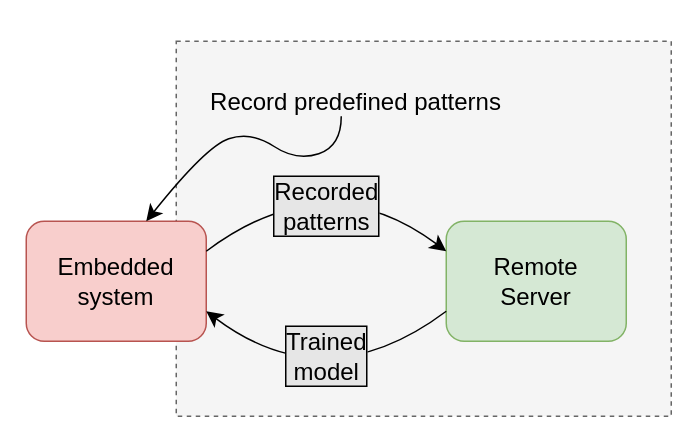
Above: IoS2023/ios_flowchart.drawio in ns2max/drawio_figures (draw.io), before the change. Source tidied: cells renumbered, new cells numbered last; positions are measured from the earlier drawing's top-left corner, leaving out a move shared by most shapes. Both pictures are drawn from the tidied source at 150%, with x=0, y=0 at pixel (26, 40).
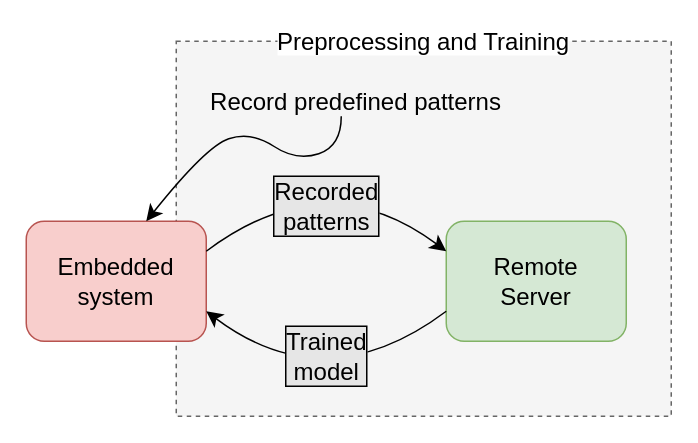
After the change.

Change to the diagram source:
```diff
@@
 <mxGraphModel>
   <root>
     <mxCell id="0" />
     <mxCell id="1" parent="0" />
     <mxCell id="2" style="rounded=0;whiteSpace=wrap;html=1;fontSize=16;dashed=1;fillColor=#f5f5f5;fontColor=#333333;strokeColor=#666666;" parent="1" vertex="1">
       <mxGeometry x="100" width="330" height="250" as="geometry" />
     </mxCell>
     <mxCell id="3" value="Embedded system" style="rounded=1;whiteSpace=wrap;html=1;fontSize=16;fillColor=#f8cecc;strokeColor=#b85450;" parent="1" vertex="1">
       <mxGeometry y="120" width="120" height="80" as="geometry" />
     </mxCell>
     <mxCell id="4" value="Remote &lt;br&gt;Server" style="rounded=1;whiteSpace=wrap;html=1;fontSize=16;fillColor=#d5e8d4;strokeColor=#82b366;" parent="1" vertex="1">
       <mxGeometry x="280" y="120" width="120" height="80" as="geometry" />
     </mxCell>
     <mxCell id="5" style="endArrow=classic;html=1;rounded=0;fontSize=12;startSize=8;endSize=8;curved=1;entryX=0;entryY=0.25;entryDx=0;entryDy=0;exitX=1;exitY=0.25;exitDx=0;exitDy=0;" parent="1" edge="1" source="3" target="4">
       <mxGeometry relative="1" as="geometry">
         <Array as="points">
           <mxPoint x="200" y="80" />
         </Array>
       </mxGeometry>
     </mxCell>
     <mxCell id="6" value="Recorded &lt;br&gt;patterns" style="edgeLabel;html=1;align=center;verticalAlign=middle;fontSize=16;labelBackgroundColor=#E6E6E6;labelBorderColor=default;" parent="5" vertex="1">
       <mxGeometry x="0.3" y="-7" relative="1" as="geometry">
         <mxPoint x="-20" y="6" as="offset" />
       </mxGeometry>
     </mxCell>
     <mxCell id="7" value="&lt;font style=&quot;font-size: 16px;&quot;&gt;Trained &lt;br&gt;model&lt;/font&gt;" style="endArrow=classic;html=1;rounded=0;fontSize=12;startSize=8;endSize=8;curved=1;entryX=1;entryY=0.75;entryDx=0;entryDy=0;exitX=0;exitY=0.75;exitDx=0;exitDy=0;labelBackgroundColor=#E6E6E6;labelBorderColor=default;" parent="1" edge="1" source="4" target="3">
       <mxGeometry x="-0.18" y="-24" relative="1" as="geometry">
         <Array as="points">
           <mxPoint x="200" y="240" />
         </Array>
       </mxGeometry>
     </mxCell>
     <mxCell id="8" value="Record predefined patterns" style="text;html=1;strokeColor=none;fillColor=none;align=center;verticalAlign=middle;whiteSpace=wrap;rounded=0;fontSize=16;rotation=0;" parent="1" vertex="1">
       <mxGeometry x="120" y="30" width="200" height="20" as="geometry" />
     </mxCell>
     <mxCell id="9" style="curved=1;endArrow=classic;html=1;rounded=0;fontSize=12;startSize=8;endSize=8;entryX=0.75;entryY=0;entryDx=0;entryDy=0;exitX=0.5;exitY=1;exitDx=0;exitDy=0;" parent="1" edge="1">
       <mxGeometry relative="1" as="geometry">
         <mxPoint x="210" y="50" as="sourcePoint" />
         <mxPoint x="80" y="120" as="targetPoint" />
         <Array as="points">
           <mxPoint x="210" y="70" />
           <mxPoint x="180" y="80" />
           <mxPoint x="150" y="60" />
           <mxPoint x="120" y="70" />
         </Array>
       </mxGeometry>
     </mxCell>
+    <mxCell id="10" value="Preprocessing and Training" style="text;html=1;strokeColor=none;fillColor=none;align=center;verticalAlign=middle;whiteSpace=wrap;rounded=0;fontSize=16;labelBackgroundColor=default;" parent="1" vertex="1">
+      <mxGeometry x="165" y="-10" width="200" height="20" as="geometry" />
+    </mxCell>
   </root>
 </mxGraphModel>
```
